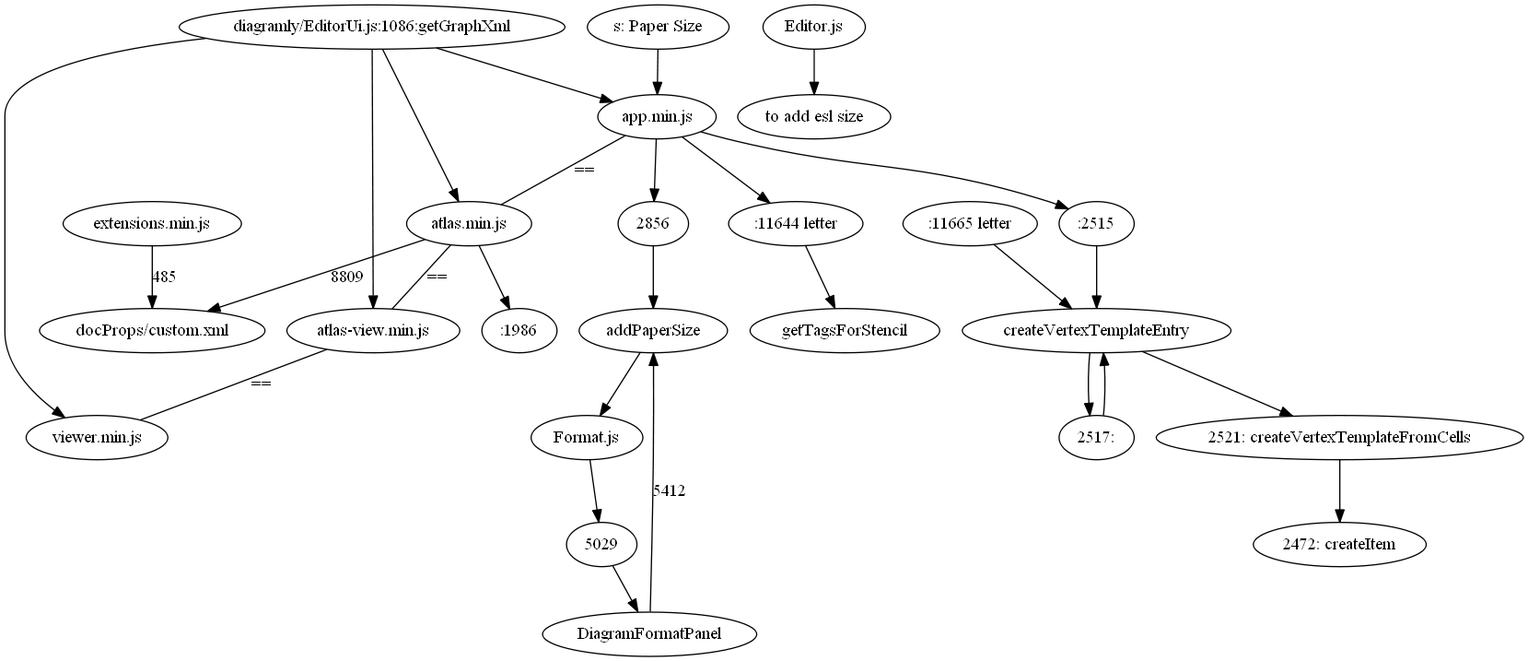
The Graphviz diagram relation.png in heraldia/drawio, before a commit. Its source is kept beside it as relation.dot.
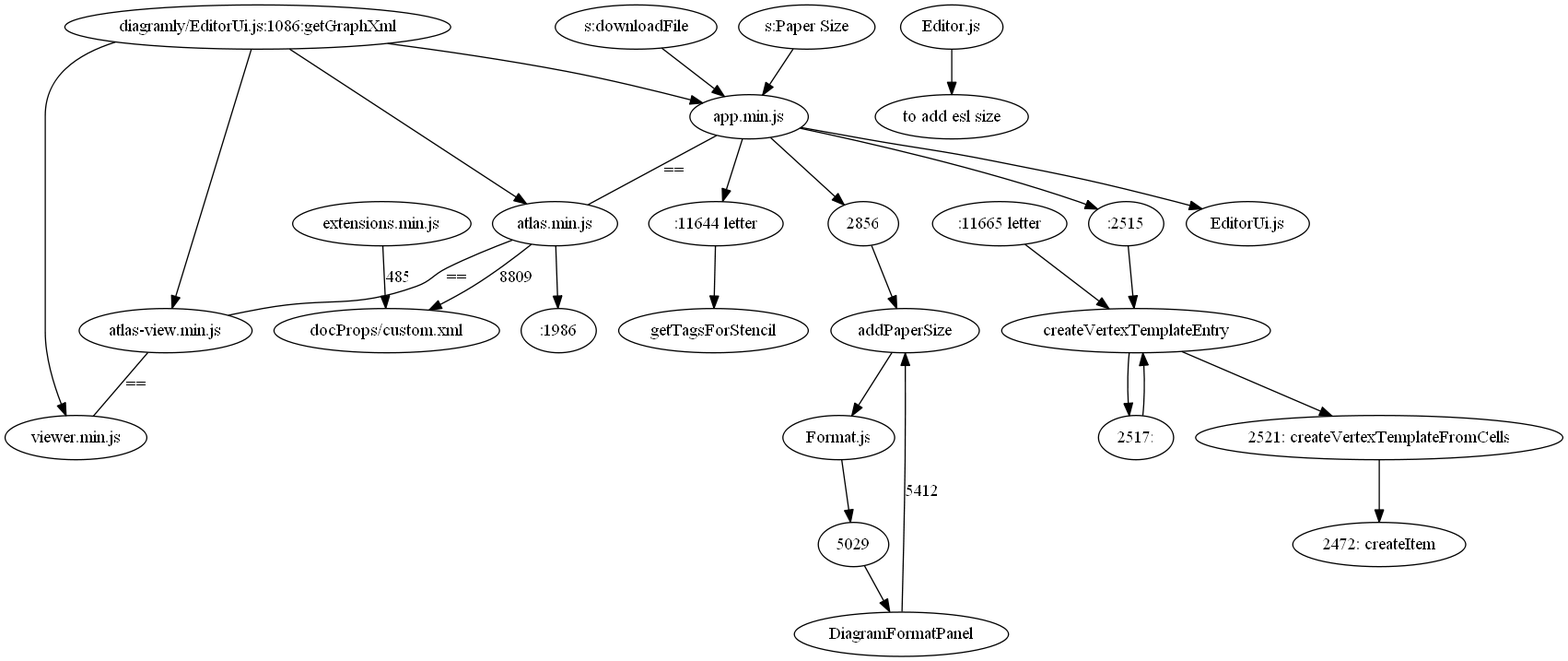
Above is the later version.

The edit, as a diff of the source:
```diff
@@ -1,8 +1,9 @@
-digraph first2{
+digraph drawIo{
 "diagramly/EditorUi.js:1086:getGraphXml" -> "app.min.js";
 "diagramly/EditorUi.js:1086:getGraphXml" -> "atlas.min.js" -> ":1986";
 "app.min.js" -> ":11644 letter" -> "getTagsForStencil";
-":11665 letter" -> "createVertexTemplateEntry";
+"app.min.js" ->":11665 letter" -> "createVertexTemplateEntry";
+"s:downloadFile" -> "app.min.js" -> "EditorUi.js";
 "app.min.js" -> ":2515" -> "createVertexTemplateEntry" -> "2517:" -> "createVertexTemplateEntry" -> "2521: createVertexTemplateFromCells" -> "2472: createItem";
 "diagramly/EditorUi.js:1086:getGraphXml" -> "atlas-view.min.js";
 "diagramly/EditorUi.js:1086:getGraphXml" -> "viewer.min.js";
@@ -10,7 +11,7 @@
 "app.min.js" -> "atlas.min.js" -> "atlas-view.min.js" -> "viewer.min.js" [label
     = "==", arrowhead="none" ];
 
-"s: Paper Size" -> "app.min.js" -> "2856" -> "addPaperSize";
+"s:Paper Size" -> "app.min.js" -> "2856" -> "addPaperSize";
 "addPaperSize" -> "Format.js" -> "5029" -> "DiagramFormatPanel";
 "DiagramFormatPanel" -> "addPaperSize" [label= "5412" ];
 "atlas.min.js"  -> "docProps/custom.xml" [label = "8809" ];
```
